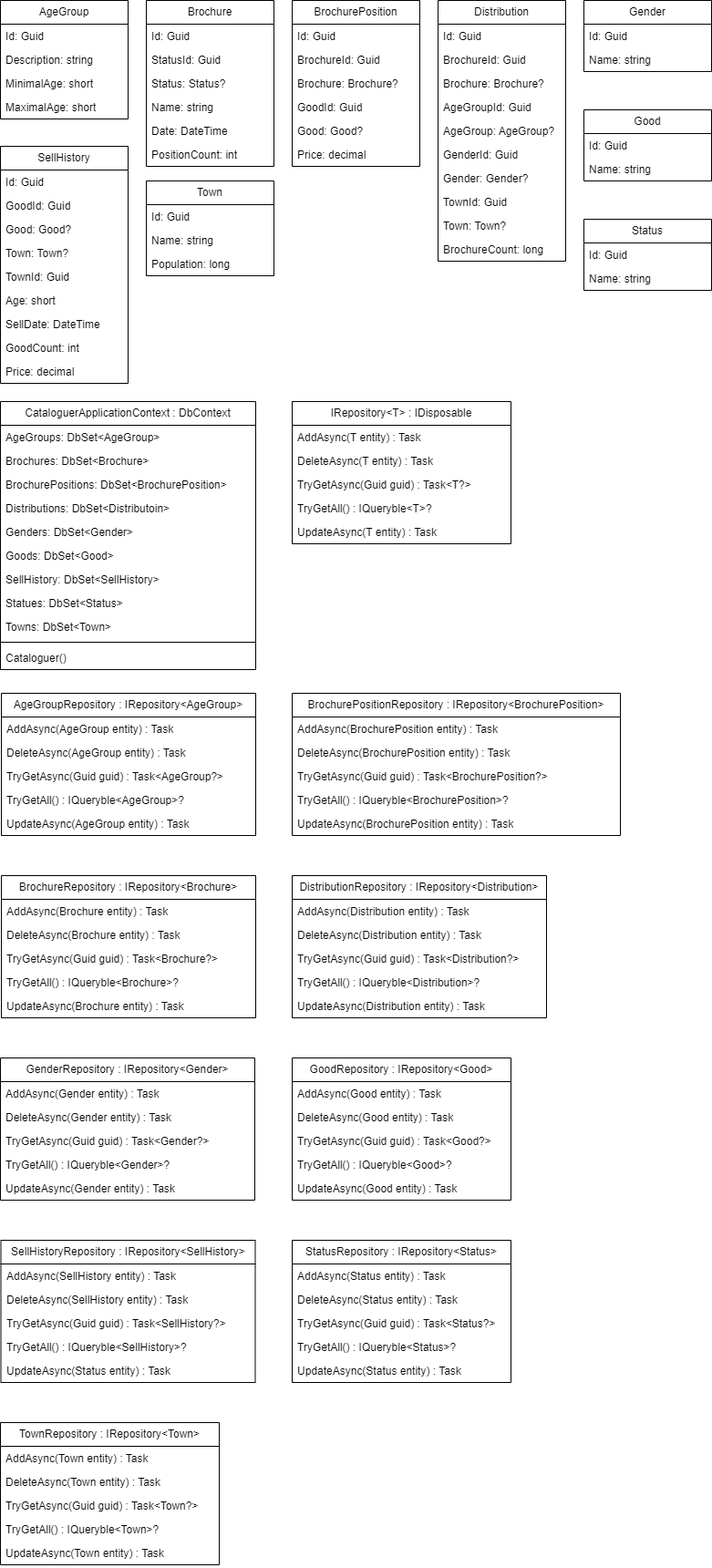
VadimKarelov/Cataloguer keeps this draw.io diagram as Cataloguer/Resources/Диаграмма классов.png. Above is the earlier version. Source tidied: cells renumbered, new cells last; positions are measured from the earlier drawing's top-left corner, leaving out a move shared by most shapes.
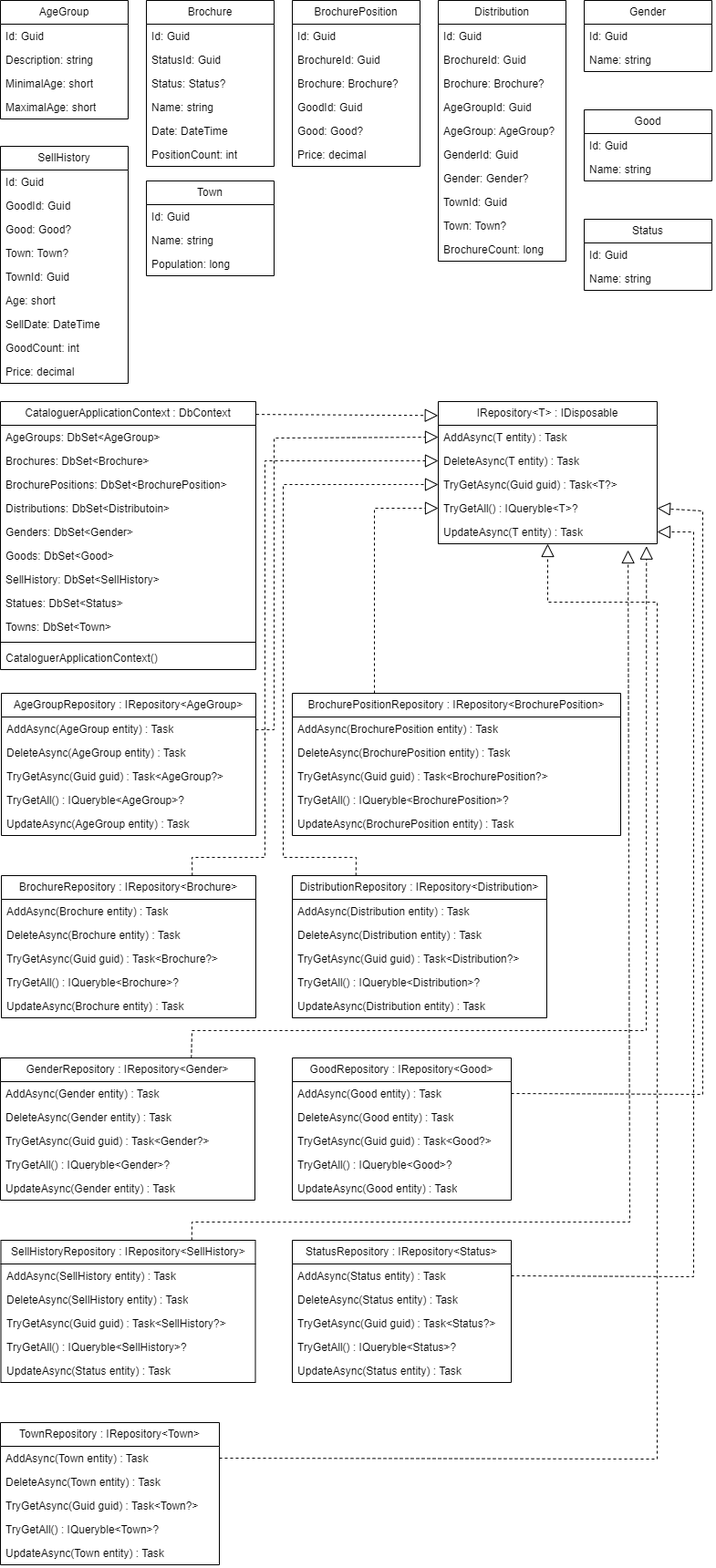
After the change.

Commit message:
Обновление диаграммы классов

What changed in the source:
```diff
@@ -194,11 +194,11 @@
     <mxCell id="65" style="line;strokeWidth=1;fillColor=none;align=left;verticalAlign=middle;spacingTop=-1;spacingLeft=3;spacingRight=3;labelPosition=right;strokeColor=inherit;" parent="55" vertex="1">
       <mxGeometry y="260" width="280" height="8" as="geometry" />
     </mxCell>
-    <mxCell id="66" value="Cataloguer()" style="text;strokeColor=none;fillColor=none;align=left;verticalAlign=top;spacingLeft=4;spacingRight=4;overflow=hidden;whiteSpace=wrap;html=1;" parent="55" vertex="1">
+    <mxCell id="66" value="CataloguerApplicationContext()" style="text;strokeColor=none;fillColor=none;align=left;verticalAlign=top;spacingLeft=4;spacingRight=4;overflow=hidden;whiteSpace=wrap;html=1;" parent="55" vertex="1">
       <mxGeometry y="268" width="280" height="26" as="geometry" />
     </mxCell>
     <mxCell id="67" value="IRepository&amp;lt;T&amp;gt; : IDisposable" style="swimlane;fontStyle=0;horizontal=1;startSize=26;fillColor=none;whiteSpace=wrap;html=1;" parent="1" vertex="1">
-      <mxGeometry x="320" y="440" width="240" height="156" as="geometry" />
+      <mxGeometry x="480" y="440" width="240" height="156" as="geometry" />
     </mxCell>
     <mxCell id="68" value="AddAsync(T entity) : Task" style="text;strokeColor=none;fillColor=none;align=left;verticalAlign=top;spacingLeft=4;spacingRight=4;overflow=hidden;points=[[0,0.5],[1,0.5]];portConstraint=eastwest;whiteSpace=wrap;html=1;" parent="67" vertex="1">
       <mxGeometry y="26" width="240" height="26" as="geometry" />
@@ -377,5 +377,84 @@
     <mxCell id="126" value="UpdateAsync(Town entity) : Task" style="text;strokeColor=none;fillColor=none;align=left;verticalAlign=top;spacingLeft=4;spacingRight=4;overflow=hidden;whiteSpace=wrap;html=1;" parent="121" vertex="1">
       <mxGeometry y="130" width="240" height="26" as="geometry" />
     </mxCell>
+    <mxCell id="127" style="endArrow=block;dashed=1;endFill=0;endSize=12;html=1;rounded=0;exitX=1.002;exitY=0.048;exitDx=0;exitDy=0;exitPerimeter=0;entryX=-0.001;entryY=0.098;entryDx=0;entryDy=0;entryPerimeter=0;" parent="1" edge="1" source="55" target="67">
+      <mxGeometry relative="1" as="geometry" />
+    </mxCell>
+    <mxCell id="128" style="endArrow=block;dashed=1;endFill=0;endSize=12;html=1;rounded=0;entryX=0;entryY=0.5;entryDx=0;entryDy=0;" parent="1" edge="1" target="68">
+      <mxGeometry relative="1" as="geometry">
+        <mxPoint x="280" y="800" as="sourcePoint" />
+        <Array as="points">
+          <mxPoint x="300" y="800" />
+          <mxPoint x="300" y="480" />
+        </Array>
+      </mxGeometry>
+    </mxCell>
+    <mxCell id="129" style="endArrow=block;dashed=1;endFill=0;endSize=12;html=1;rounded=0;entryX=0;entryY=0.5;entryDx=0;entryDy=0;exitX=0.25;exitY=0;exitDx=0;exitDy=0;" parent="1" edge="1" source="79" target="71">
+      <mxGeometry relative="1" as="geometry">
+        <Array as="points">
+          <mxPoint x="410" y="570" />
+          <mxPoint x="410" y="557" />
+        </Array>
+      </mxGeometry>
+    </mxCell>
+    <mxCell id="130" style="endArrow=block;dashed=1;endFill=0;endSize=12;html=1;rounded=0;exitX=0.75;exitY=0;exitDx=0;exitDy=0;entryX=0;entryY=0.5;entryDx=0;entryDy=0;" parent="1" edge="1" source="85" target="69">
+      <mxGeometry relative="1" as="geometry">
+        <Array as="points">
+          <mxPoint x="210" y="940" />
+          <mxPoint x="290" y="940" />
+          <mxPoint x="290" y="505" />
+        </Array>
+      </mxGeometry>
+    </mxCell>
+    <mxCell id="131" style="endArrow=block;dashed=1;endFill=0;endSize=12;html=1;rounded=0;exitX=0.25;exitY=0;exitDx=0;exitDy=0;entryX=0;entryY=0.5;entryDx=0;entryDy=0;" parent="1" edge="1" source="91" target="70">
+      <mxGeometry relative="1" as="geometry">
+        <Array as="points">
+          <mxPoint x="390" y="940" />
+          <mxPoint x="310" y="940" />
+          <mxPoint x="310" y="531" />
+        </Array>
+      </mxGeometry>
+    </mxCell>
+    <mxCell id="132" style="endArrow=block;dashed=1;endFill=0;endSize=12;html=1;rounded=0;exitX=1;exitY=0.5;exitDx=0;exitDy=0;entryX=1;entryY=0.5;entryDx=0;entryDy=0;" parent="1" edge="1" source="116" target="72">
+      <mxGeometry relative="1" as="geometry">
+        <Array as="points">
+          <mxPoint x="760" y="1400" />
+          <mxPoint x="760" y="583" />
+        </Array>
+      </mxGeometry>
+    </mxCell>
+    <mxCell id="133" style="endArrow=block;dashed=1;endFill=0;endSize=12;html=1;rounded=0;exitX=1;exitY=0.5;exitDx=0;exitDy=0;entryX=1;entryY=0.5;entryDx=0;entryDy=0;" parent="1" edge="1" source="104" target="71">
+      <mxGeometry relative="1" as="geometry">
+        <Array as="points">
+          <mxPoint x="770" y="1200" />
+          <mxPoint x="770" y="560" />
+        </Array>
+      </mxGeometry>
+    </mxCell>
+    <mxCell id="134" style="endArrow=block;dashed=1;endFill=0;endSize=12;html=1;rounded=0;entryX=0.951;entryY=1.104;entryDx=0;entryDy=0;entryPerimeter=0;exitX=0.75;exitY=0;exitDx=0;exitDy=0;" parent="1" edge="1" source="97" target="72">
+      <mxGeometry relative="1" as="geometry">
+        <Array as="points">
+          <mxPoint x="210" y="1130" />
+          <mxPoint x="708" y="1130" />
+        </Array>
+      </mxGeometry>
+    </mxCell>
+    <mxCell id="135" style="endArrow=block;dashed=1;endFill=0;endSize=12;html=1;rounded=0;exitX=0.75;exitY=0;exitDx=0;exitDy=0;entryX=0.867;entryY=1.269;entryDx=0;entryDy=0;entryPerimeter=0;" parent="1" edge="1" source="109" target="72">
+      <mxGeometry relative="1" as="geometry">
+        <Array as="points">
+          <mxPoint x="210" y="1340" />
+          <mxPoint x="690" y="1340" />
+        </Array>
+      </mxGeometry>
+    </mxCell>
+    <mxCell id="136" style="endArrow=block;dashed=1;endFill=0;endSize=12;html=1;rounded=0;exitX=1;exitY=0.5;exitDx=0;exitDy=0;" parent="1" edge="1" source="122" target="72">
+      <mxGeometry relative="1" as="geometry">
+        <Array as="points">
+          <mxPoint x="720" y="1600" />
+          <mxPoint x="720" y="660" />
+          <mxPoint x="600" y="660" />
+        </Array>
+      </mxGeometry>
+    </mxCell>
   </root>
 </mxGraphModel>
```
